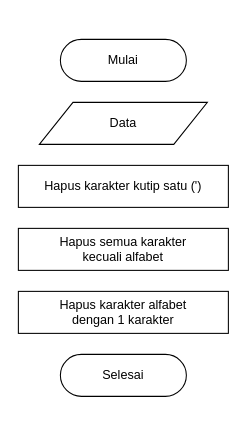
Before: page "Cleaning" (3 of 10) of Untitled Diagram.drawio in mksyfla/analysis-sentiment-using-svm, a draw.io diagram. Source tidied: cells renumbered, new cells numbered last; positions are measured from the earlier drawing's top-left corner, leaving out a move shared by most shapes. Both pictures are drawn from the tidied source at 105%, with x=0, y=0 at pixel (18, 39).
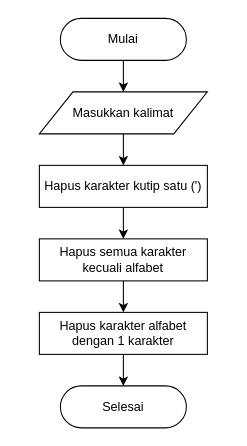
Above is the later version.

Diff of the diagram source:
```diff
@@
 <mxGraphModel>
   <root>
     <mxCell id="0" />
     <mxCell id="1" parent="0" />
+    <mxCell id="8" style="edgeStyle=orthogonalEdgeStyle;rounded=0;jettySize=auto;html=1;" parent="1" edge="1" source="2" target="5">
+      <mxGeometry relative="1" as="geometry" />
+    </mxCell>
     <mxCell id="2" value="Mulai" style="html=1;dashed=0;whiteSpace=wrap;shape=mxgraph.dfd.start;" parent="1" vertex="1">
-      <mxGeometry x="40" width="120" height="40" as="geometry" />
+      <mxGeometry x="40" y="-20" width="120" height="40" as="geometry" />
     </mxCell>
     <mxCell id="3" value="Selesai" style="html=1;dashed=0;whiteSpace=wrap;shape=mxgraph.dfd.start;" parent="1" vertex="1">
-      <mxGeometry x="40" y="300" width="120" height="40" as="geometry" />
+      <mxGeometry x="40" y="330" width="120" height="40" as="geometry" />
     </mxCell>
+    <mxCell id="9" style="edgeStyle=orthogonalEdgeStyle;rounded=0;jettySize=auto;html=1;" parent="1" edge="1" source="4" target="6">
+      <mxGeometry relative="1" as="geometry" />
+    </mxCell>
     <mxCell id="4" value="Hapus karakter kutip satu (')" style="html=1;dashed=0;whiteSpace=wrap;" parent="1" vertex="1">
-      <mxGeometry y="120" width="200" height="40" as="geometry" />
+      <mxGeometry x="20" y="120" width="160" height="40" as="geometry" />
     </mxCell>
+    <mxCell id="10" style="edgeStyle=orthogonalEdgeStyle;rounded=0;jettySize=auto;html=1;" parent="1" edge="1" source="5" target="4">
+      <mxGeometry relative="1" as="geometry" />
+    </mxCell>
-    <mxCell id="5" value="Data" style="shape=parallelogram;perimeter=parallelogramPerimeter;whiteSpace=wrap;html=1;dashed=0;" parent="1" vertex="1">
-      <mxGeometry x="20" y="60" width="160" height="40" as="geometry" />
+    <mxCell id="5" value="Masukkan kalimat" style="shape=parallelogram;perimeter=parallelogramPerimeter;whiteSpace=wrap;html=1;dashed=0;" parent="1" vertex="1">
+      <mxGeometry x="20" y="50" width="160" height="40" as="geometry" />
     </mxCell>
+    <mxCell id="11" style="edgeStyle=orthogonalEdgeStyle;rounded=0;jettySize=auto;html=1;" parent="1" edge="1" source="6" target="7">
+      <mxGeometry relative="1" as="geometry" />
+    </mxCell>
     <mxCell id="6" value="&lt;div&gt;Hapus semua karakter&lt;/div&gt;&lt;div&gt;kecuali alfabet&lt;/div&gt;" style="html=1;dashed=0;whiteSpace=wrap;" parent="1" vertex="1">
-      <mxGeometry y="180" width="200" height="40" as="geometry" />
+      <mxGeometry x="20" y="190" width="160" height="40" as="geometry" />
     </mxCell>
+    <mxCell id="12" style="edgeStyle=orthogonalEdgeStyle;rounded=0;jettySize=auto;html=1;" parent="1" edge="1" source="7" target="3">
+      <mxGeometry relative="1" as="geometry" />
+    </mxCell>
     <mxCell id="7" value="&lt;div&gt;Hapus karakter alfabet&lt;/div&gt;&lt;div&gt;dengan 1 karakter&lt;/div&gt;" style="html=1;dashed=0;whiteSpace=wrap;" parent="1" vertex="1">
-      <mxGeometry y="240" width="200" height="40" as="geometry" />
+      <mxGeometry x="20" y="260" width="160" height="40" as="geometry" />
     </mxCell>
   </root>
 </mxGraphModel>
```
